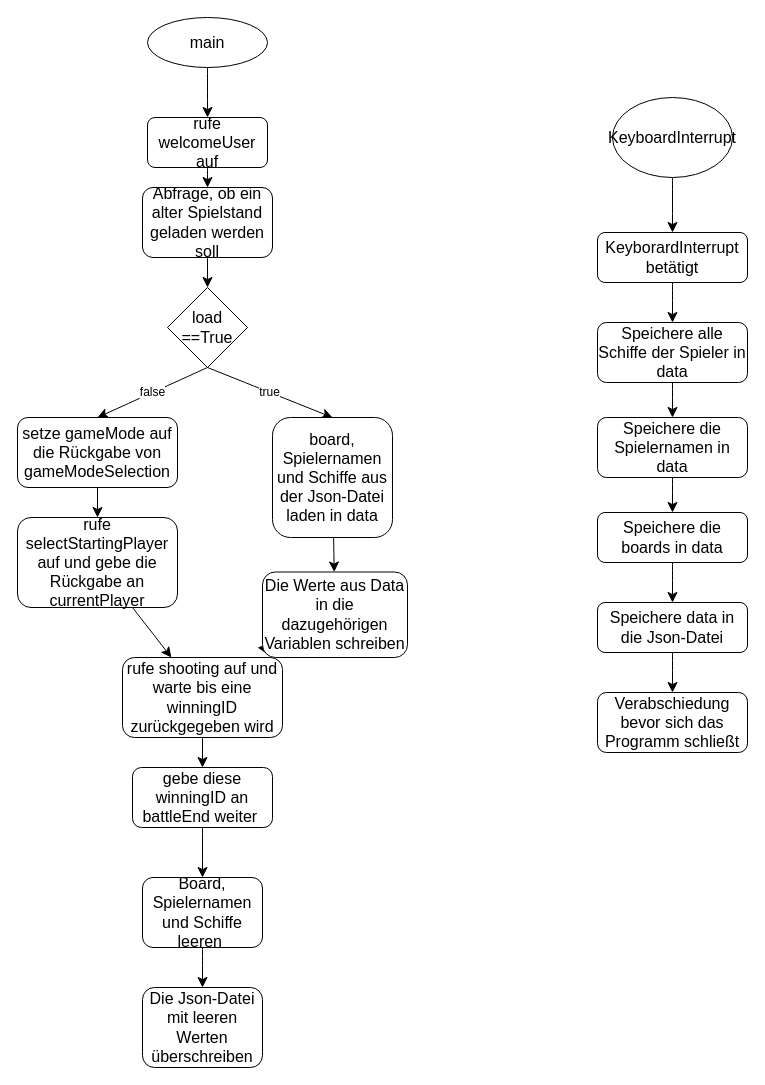
frederik-junk/Python_FleetBattle keeps this draw.io diagram as main.drawio. Above is the earlier version. Source tidied: cells renumbered, new cells numbered last; positions are measured from the earlier drawing's top-left corner, leaving out a move shared by most shapes. Both pictures are drawn from the tidied source at 100%, with x=0, y=0 at pixel (17, 17).
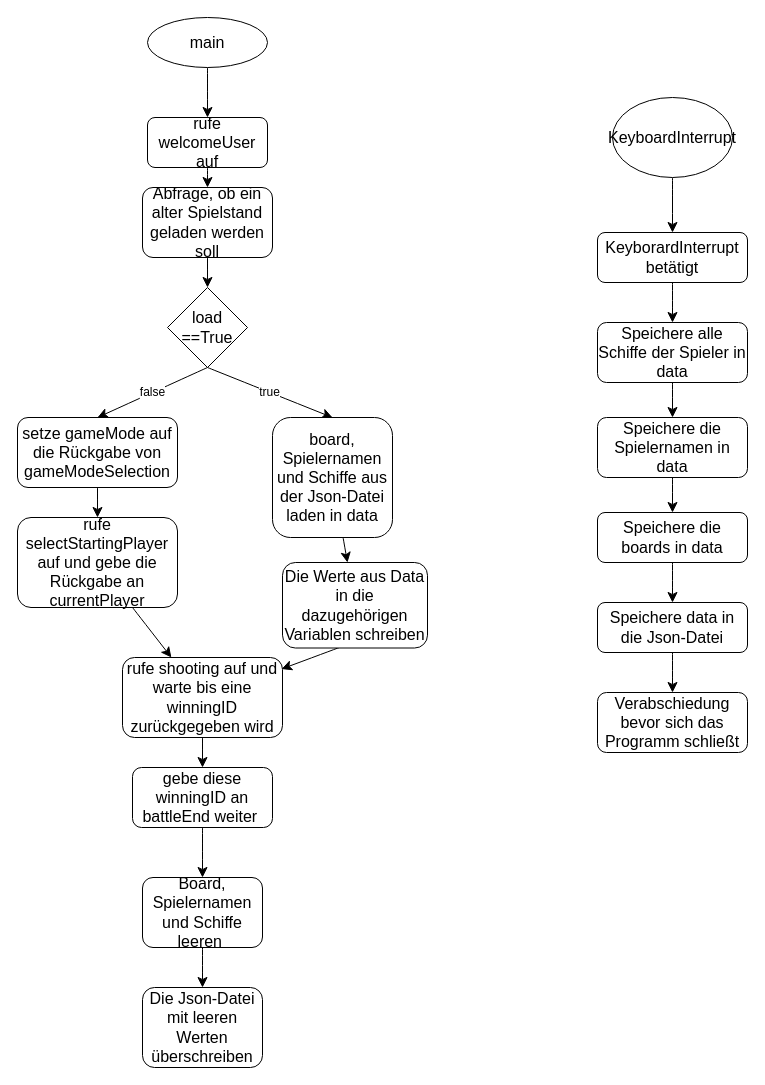
The same page after the edit.

Commit message (it also covers changes not shown here):
added memorymanager diagramm

Unchanged cells that the change refers to:
```xml
<mxCell id="11" value="rufe shooting auf und warte bis eine winningID zurückgegeben wird" style="whiteSpace=wrap;html=1;fontSize=16;rounded=1;" parent="1" vertex="1">
  <mxGeometry x="105" y="640" width="160" height="80" as="geometry" />
</mxCell>
```

Diff of the diagram source:
```diff
@@
-    <mxCell id="19" style="edgeStyle=none;curved=1;rounded=0;jettySize=auto;html=1;fontSize=12;startSize=8;endSize=8;exitX=0.402;exitY=0.988;exitDx=0;exitDy=0;exitPerimeter=0;" parent="1" edge="1" source="32">
-      <mxGeometry relative="1" as="geometry">
-        <mxPoint x="240" y="630" as="targetPoint" />
-      </mxGeometry>
+    <mxCell id="19" style="edgeStyle=none;curved=1;rounded=0;jettySize=auto;html=1;fontSize=12;startSize=8;endSize=8;exitX=0.402;exitY=0.988;exitDx=0;exitDy=0;exitPerimeter=0;entryX=0.994;entryY=0.144;entryDx=0;entryDy=0;entryPerimeter=0;" parent="1" edge="1" source="32" target="11">
+      <mxGeometry relative="1" as="geometry" />
     </mxCell>
@@
     <mxCell id="32" value="Die Werte aus Data in die dazugehörigen Variablen schreiben" style="rounded=1;whiteSpace=wrap;html=1;fontSize=16;" parent="1" vertex="1">
-      <mxGeometry x="245" y="554.5" width="145" height="85.5" as="geometry" />
+      <mxGeometry x="265" y="545" width="145" height="85.5" as="geometry" />
     </mxCell>
```
